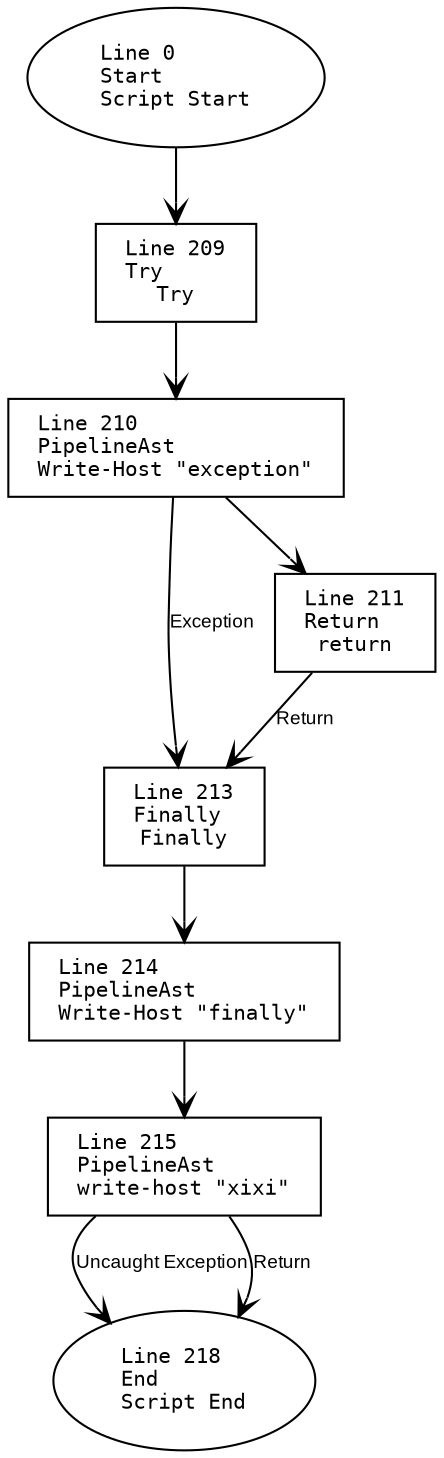
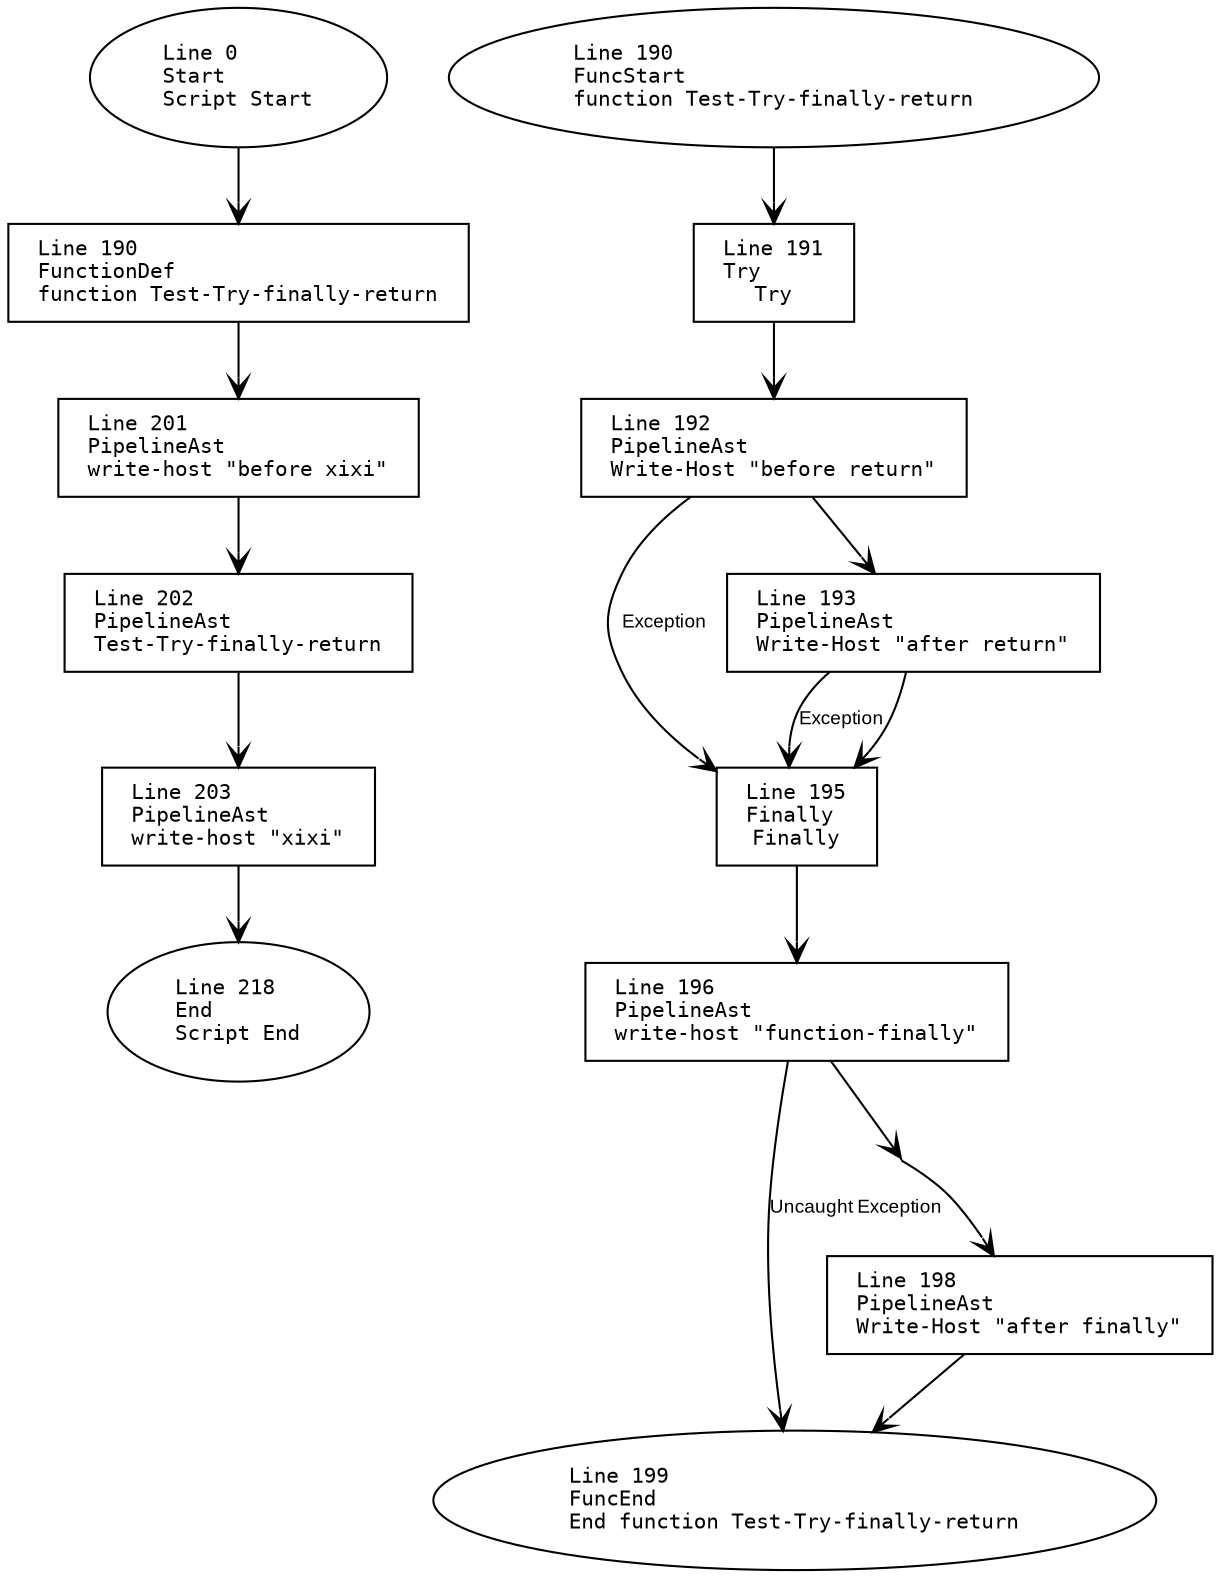
digraph G {
    rankdir=TB;
    node [
        fontname="Consolas"
        shape=box
        width=0
        height=0
        margin="0.2,0.1"
        fontsize=10
    ];
    edge [fontname="Arial", arrowhead=vee, fontsize=9];

    // Nodes
    1 [label="Line 0\lStart\lScript Start", shape=oval];
    2 [label="Line 218\lEnd\lScript End", shape=oval];
-     3 [label="Line 209\lTry\lTry", shape=box];
-     4 [label="Line 213\lFinally\lFinally", shape=box];
-     5 [label="Line 210\lPipelineAst\lWrite-Host \"exception\"", shape=box];
-     6 [label="Line 211\lReturn\lreturn", shape=box];
-     7 [label="Line 214\lPipelineAst\lWrite-Host \"finally\"", shape=box];
-     8 [label="Line 215\lPipelineAst\lwrite-host \"xixi\"", shape=box];
+     3 [label="Line 190\lFunctionDef\lfunction Test-Try-finally-return", shape=box];
+     4 [label="Line 190\lFuncStart\lfunction Test-Try-finally-return", shape=oval];
+     5 [label="Line 199\lFuncEnd\lEnd function Test-Try-finally-return", shape=oval];
+     6 [label="Line 191\lTry\lTry", shape=box];
+     7 [label="Line 195\lFinally\lFinally", shape=box];
+     8 [label="Line 192\lPipelineAst\lWrite-Host \"before return\"", shape=box];
+     9 [label="Line 193\lPipelineAst\lWrite-Host \"after return\"", shape=box];
+     10 [label="Line 196\lPipelineAst\lwrite-host \"function-finally\"", shape=box];
+     11 [label="Line 197\lMerge\lTry-End", shape=point];
+     12 [label="Line 198\lPipelineAst\lWrite-Host \"after finally\"", shape=box];
+     13 [label="Line 201\lPipelineAst\lwrite-host \"before xixi\"", shape=box];
+     14 [label="Line 202\lPipelineAst\lTest-Try-finally-return", shape=box];
+     15 [label="Line 203\lPipelineAst\lwrite-host \"xixi\"", shape=box];

    // Edges
    1 -> 3;
-     3 -> 5;
-     5 -> 6;
-     5 -> 4 [label="Exception"];
-     6 -> 4 [label="Return"];
-     4 -> 7;
-     7 -> 8;
-     8 -> 2 [label="Uncaught Exception"];
-     8 -> 2 [label="Return"];
+     4 -> 6;
+     6 -> 8;
+     8 -> 9;
+     8 -> 7 [label="Exception"];
+     9 -> 7 [label="Exception"];
+     9 -> 7;
+     7 -> 10;
+     10 -> 5 [label="Uncaught Exception"];
+     10 -> 11;
+     11 -> 12;
+     12 -> 5;
+     3 -> 13;
+     13 -> 14;
+     14 -> 15;
+     15 -> 2;
}